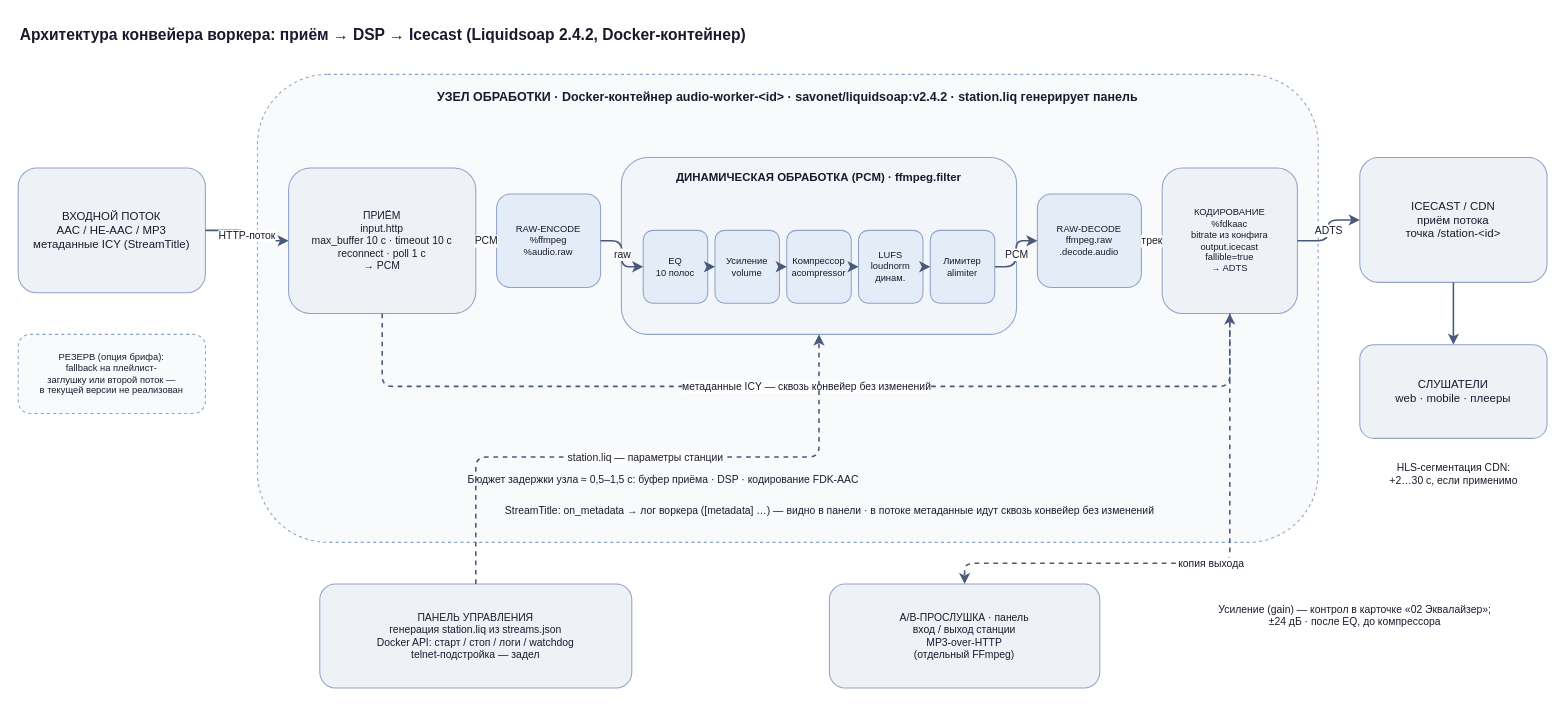
Above: Архитектура Liquidsoap конвейера.drawio in svaganov/Dynamics-stream-processing (draw.io), before the change. Source tidied: cells renumbered, new cells numbered last; positions are measured from the earlier drawing's top-left corner, leaving out a move shared by most shapes. Both pictures are drawn from the tidied source at 104%, with x=0, y=0 at pixel (18, 18).
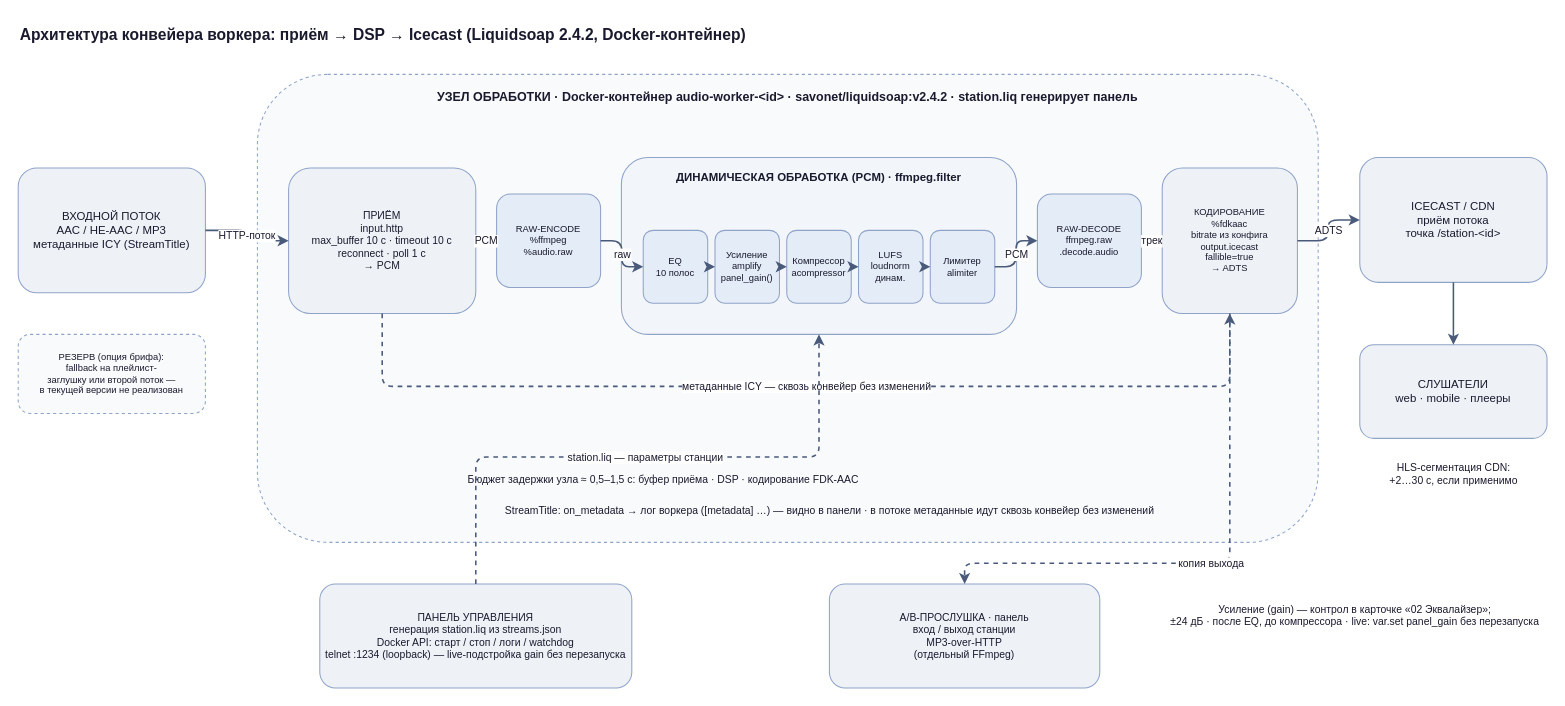
Above is the later version.

Commit message (it also covers changes not shown here):
Live-подстройка gain работающего Liquidsoap-воркера через telnet

What changed in the source:
```diff
@@
-    <mxCell id="10" value="Усиление&lt;br&gt;volume" style="rounded=1;whiteSpace=wrap;html=1;fillColor=#e3ecf7;strokeColor=#8fa3c7;fontColor=#1a1a2e;fontSize=9;align=center;verticalAlign=middle;spacing=2;" parent="1" vertex="1">
+    <mxCell id="10" value="Усиление&lt;br&gt;amplify&lt;br&gt;panel_gain()" style="rounded=1;whiteSpace=wrap;html=1;fillColor=#e3ecf7;strokeColor=#8fa3c7;fontColor=#1a1a2e;fontSize=9;align=center;verticalAlign=middle;spacing=2;" parent="1" vertex="1">
       <mxGeometry x="670" y="204" width="62" height="70" as="geometry" />
     </mxCell>
@@
-    <mxCell id="22" value="ПАНЕЛЬ УПРАВЛЕНИЯ&lt;br&gt;генерация station.liq из streams.json&lt;br&gt;Docker API: старт / стоп / логи / watchdog&lt;br&gt;telnet-подстройка — задел" style="rounded=1;whiteSpace=wrap;html=1;fillColor=#eef2f7;strokeColor=#8fa3c7;fontColor=#1a1a2e;fontSize=10;align=center;verticalAlign=middle;spacing=6;" parent="1" vertex="1">
+    <mxCell id="22" value="ПАНЕЛЬ УПРАВЛЕНИЯ&lt;br&gt;генерация station.liq из streams.json&lt;br&gt;Docker API: старт / стоп / логи / watchdog&lt;br&gt;telnet :1234 (loopback) — live-подстройка gain без перезапуска" style="rounded=1;whiteSpace=wrap;html=1;fillColor=#eef2f7;strokeColor=#8fa3c7;fontColor=#1a1a2e;fontSize=10;align=center;verticalAlign=middle;spacing=6;" parent="1" vertex="1">
       <mxGeometry x="290" y="544" width="300" height="100" as="geometry" />
     </mxCell>
@@
-    <mxCell id="24" value="Усиление (gain) — контрол в карточке «02 Эквалайзер»;&lt;br&gt;±24 дБ · после EQ, до компрессора" style="text;html=1;align=center;verticalAlign=middle;fontSize=10;fontColor=#1a1a2e;" parent="1" vertex="1">
+    <mxCell id="24" value="Усиление (gain) — контрол в карточке «02 Эквалайзер»;&lt;br&gt;±24 дБ · после EQ, до компрессора · live: var.set panel_gain без перезапуска" style="text;html=1;align=center;verticalAlign=middle;fontSize=10;fontColor=#1a1a2e;" parent="1" vertex="1">
       <mxGeometry x="1100" y="544" width="370" height="60" as="geometry" />
     </mxCell>
```
